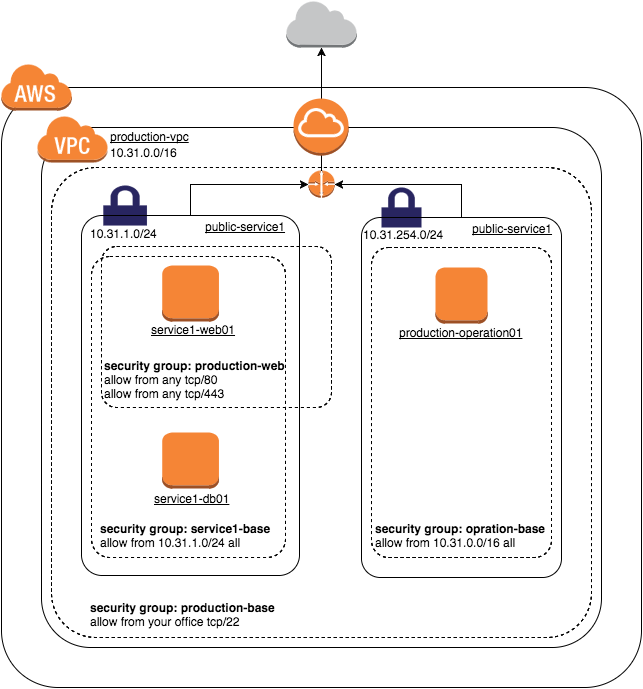
j-un/tfsample keeps this draw.io diagram as tfsample.png. Above is the earlier version. Source tidied: cells renumbered, new cells last; positions are measured from the earlier drawing's top-left corner, leaving out a move shared by most shapes.
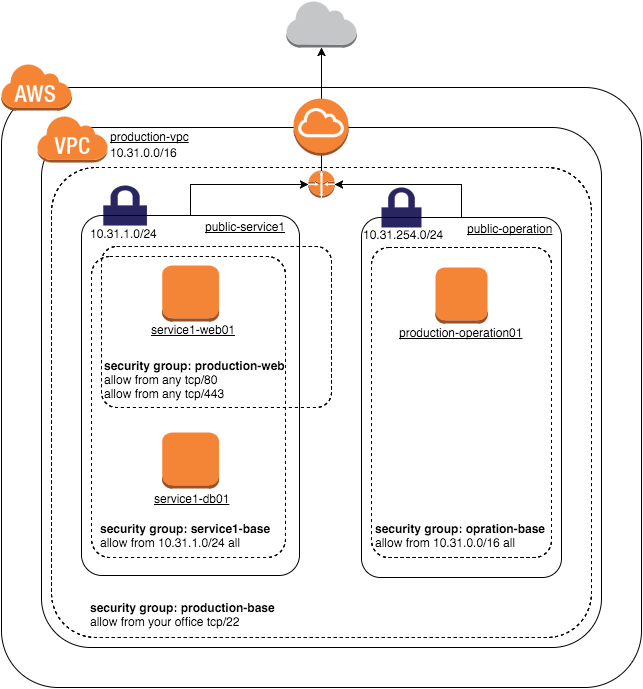
Later version of the same file.

What changed in the source:
```diff
@@ -94,8 +94,8 @@
     <mxCell id="31" value="production-vpc" style="text;html=1;align=left;verticalAlign=top;spacingTop=-4;strokeColor=none;fontStyle=4;" parent="1" vertex="1">
       <mxGeometry x="109" y="128" width="90" height="20" as="geometry" />
     </mxCell>
-    <mxCell id="32" value="&lt;span&gt;public-service1&lt;/span&gt;" style="text;html=1;fontStyle=4;" parent="1" vertex="1">
-      <mxGeometry x="471" y="216" width="75" height="30" as="geometry" />
+    <mxCell id="32" value="&lt;span&gt;public-operation&lt;/span&gt;" style="text;html=1;fontStyle=4;" parent="1" vertex="1">
+      <mxGeometry x="466" y="216" width="75" height="30" as="geometry" />
     </mxCell>
     <mxCell id="33" value="&lt;span&gt;service1-web01&lt;/span&gt;" style="text;html=1;fontStyle=4;" parent="1" vertex="1">
       <mxGeometry x="150" y="317" width="75" height="30" as="geometry" />
```
